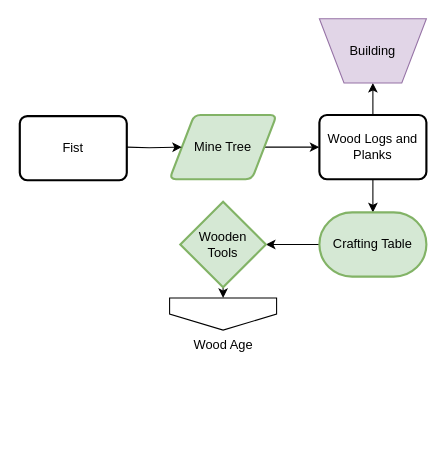
Above: page "Primal Age" (3 of 5) of flowcharts/progression.drawio in MeepishRealms/Cog (draw.io), before the change. Source tidied: cells renumbered, new cells numbered last; positions are measured from the earlier drawing's top-left corner, leaving out a move shared by most shapes. Both pictures are drawn from the tidied source at 107%, with x=0, y=0 at pixel (19, 18).
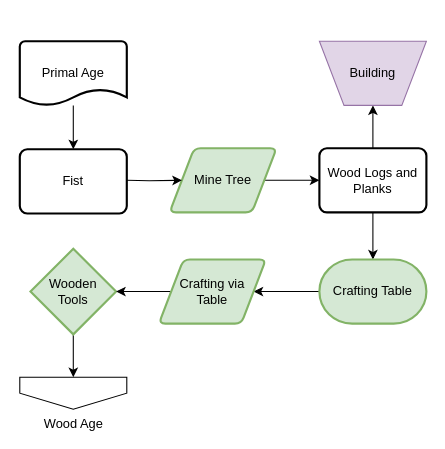
After the change.

Commit message (it also covers changes not shown here):
Update Primal and Wood Age

The edit, as a diff of the source:
```diff
@@
 <mxGraphModel>
   <root>
     <mxCell id="0" />
     <mxCell id="1" parent="0" />
     <mxCell id="2" style="edgeStyle=orthogonalEdgeStyle;rounded=0;jettySize=auto;html=1;" parent="1" edge="1" source="3" target="8">
       <mxGeometry relative="1" as="geometry" />
     </mxCell>
     <mxCell id="3" value="Mine Tree" style="shape=parallelogram;html=1;strokeWidth=2;perimeter=parallelogramPerimeter;whiteSpace=wrap;rounded=1;arcSize=12;size=0.23;fillColor=#d5e8d4;strokeColor=#82b366;" parent="1" vertex="1">
-      <mxGeometry x="140" y="90" width="100" height="60" as="geometry" />
+      <mxGeometry x="140" y="121" width="100" height="60" as="geometry" />
     </mxCell>
     <mxCell id="4" style="edgeStyle=orthogonalEdgeStyle;rounded=0;jettySize=auto;html=1;entryX=0;entryY=0.5;entryDx=0;entryDy=0;" parent="1" edge="1" target="3">
       <mxGeometry relative="1" as="geometry">
-        <mxPoint x="100" y="120" as="sourcePoint" />
+        <mxPoint x="100" y="151" as="sourcePoint" />
       </mxGeometry>
     </mxCell>
     <mxCell id="5" value="Fist" style="rounded=1;whiteSpace=wrap;html=1;absoluteArcSize=1;arcSize=14;strokeWidth=2;" parent="1" vertex="1">
-      <mxGeometry y="91" width="100" height="60" as="geometry" />
+      <mxGeometry y="122" width="100" height="60" as="geometry" />
     </mxCell>
     <mxCell id="6" style="edgeStyle=orthogonalEdgeStyle;rounded=0;jettySize=auto;html=1;" parent="1" edge="1" source="8" target="9">
       <mxGeometry relative="1" as="geometry" />
     </mxCell>
     <mxCell id="7" style="edgeStyle=orthogonalEdgeStyle;rounded=0;jettySize=auto;html=1;entryX=0.5;entryY=0;entryDx=0;entryDy=0;entryPerimeter=0;" parent="1" edge="1" source="8" target="11">
       <mxGeometry relative="1" as="geometry" />
     </mxCell>
     <mxCell id="8" value="Wood Logs and Planks" style="rounded=1;whiteSpace=wrap;html=1;absoluteArcSize=1;arcSize=14;strokeWidth=2;" parent="1" vertex="1">
-      <mxGeometry x="280" y="90" width="100" height="60" as="geometry" />
+      <mxGeometry x="280" y="121" width="100" height="60" as="geometry" />
     </mxCell>
     <mxCell id="9" value="Building" style="verticalLabelPosition=middle;verticalAlign=middle;html=1;shape=trapezoid;perimeter=trapezoidPerimeter;whiteSpace=wrap;size=0.23;arcSize=10;flipV=1;labelPosition=center;align=center;fillColor=#e1d5e7;strokeColor=#9673a6;" parent="1" vertex="1">
-      <mxGeometry x="280" width="100" height="60" as="geometry" />
+      <mxGeometry x="280" y="21" width="100" height="60" as="geometry" />
     </mxCell>
-    <mxCell id="10" style="edgeStyle=orthogonalEdgeStyle;rounded=0;jettySize=auto;html=1;exitX=0;exitY=0.5;exitDx=0;exitDy=0;exitPerimeter=0;entryX=1;entryY=0.5;entryDx=0;entryDy=0;entryPerimeter=0;" parent="1" edge="1" source="11" target="14">
-      <mxGeometry relative="1" as="geometry" />
-    </mxCell>
+    <mxCell id="15" style="edgeStyle=orthogonalEdgeStyle;rounded=0;jettySize=auto;html=1;" parent="1" edge="1" source="11" target="18">
+      <mxGeometry relative="1" as="geometry" />
+    </mxCell>
     <mxCell id="11" value="Crafting Table" style="strokeWidth=2;html=1;shape=mxgraph.flowchart.terminator;whiteSpace=wrap;fillColor=#d5e8d4;strokeColor=#82b366;" parent="1" vertex="1">
-      <mxGeometry x="280" y="181" width="100" height="60" as="geometry" />
+      <mxGeometry x="280" y="225" width="100" height="60" as="geometry" />
     </mxCell>
-    <mxCell id="12" style="edgeStyle=orthogonalEdgeStyle;rounded=0;jettySize=auto;html=1;exitX=0.5;exitY=1;exitDx=0;exitDy=0;entryX=0.5;entryY=0;entryDx=0;entryDy=0;" parent="1" edge="1" target="13">
-      <mxGeometry relative="1" as="geometry">
-        <mxPoint x="190" y="241" as="sourcePoint" />
-      </mxGeometry>
-    </mxCell>
     <mxCell id="13" value="Wood Age" style="verticalLabelPosition=bottom;verticalAlign=top;html=1;shape=offPageConnector;rounded=0;size=0.5;" parent="1" vertex="1">
-      <mxGeometry x="140" y="261" width="100" height="30" as="geometry" />
+      <mxGeometry y="335" width="100" height="30" as="geometry" />
     </mxCell>
+    <mxCell id="16" style="edgeStyle=orthogonalEdgeStyle;rounded=0;jettySize=auto;html=1;" parent="1" edge="1" source="14" target="13">
+      <mxGeometry relative="1" as="geometry" />
+    </mxCell>
     <mxCell id="14" value="Wooden&lt;br&gt;Tools" style="strokeWidth=2;html=1;shape=mxgraph.flowchart.decision;whiteSpace=wrap;fillColor=#d5e8d4;strokeColor=#82b366;" parent="1" vertex="1">
-      <mxGeometry x="150" y="171" width="80" height="80" as="geometry" />
+      <mxGeometry x="10" y="215" width="80" height="80" as="geometry" />
     </mxCell>
+    <mxCell id="17" style="edgeStyle=orthogonalEdgeStyle;rounded=0;jettySize=auto;html=1;" parent="1" edge="1" source="18" target="14">
+      <mxGeometry relative="1" as="geometry" />
+    </mxCell>
+    <mxCell id="18" value="Crafting via&lt;br&gt;Table" style="shape=parallelogram;html=1;strokeWidth=2;perimeter=parallelogramPerimeter;whiteSpace=wrap;rounded=1;arcSize=12;size=0.23;fillColor=#d5e8d4;strokeColor=#82b366;" parent="1" vertex="1">
+      <mxGeometry x="130" y="225" width="100" height="60" as="geometry" />
+    </mxCell>
+    <mxCell id="19" style="edgeStyle=orthogonalEdgeStyle;rounded=0;jettySize=auto;html=1;" parent="1" edge="1" source="20" target="5">
+      <mxGeometry relative="1" as="geometry" />
+    </mxCell>
+    <mxCell id="20" value="Primal Age" style="strokeWidth=2;html=1;shape=mxgraph.flowchart.document2;whiteSpace=wrap;size=0.25;" parent="1" vertex="1">
+      <mxGeometry y="21" width="100" height="60" as="geometry" />
+    </mxCell>
   </root>
 </mxGraphModel>
```
